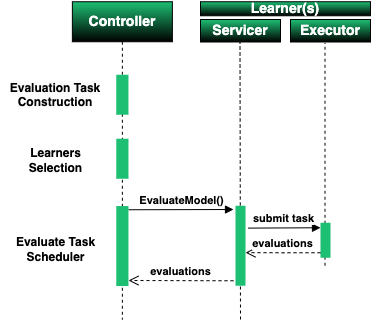
Earlier version of the draw.io export docs/img/MetisFL-Procedures-EvaluationRound.png (bioint/MetisFL). Source tidied: cells renumbered, new cells last; positions are measured from the earlier drawing's top-left corner, leaving out a move shared by most shapes. Its diagram source:
```xml
<mxGraphModel>
  <root>
    <mxCell id="0" />
    <mxCell id="1" parent="0" />
    <mxCell id="2" style="endArrow=none;dashed=1;html=1;strokeWidth=1;rounded=0;" parent="1" edge="1">
      <mxGeometry relative="1" as="geometry">
        <mxPoint x="240" y="318" as="sourcePoint" />
        <mxPoint x="239.5" y="40.5" as="targetPoint" />
      </mxGeometry>
    </mxCell>
    <mxCell id="3" style="endArrow=none;dashed=1;html=1;strokeWidth=1;rounded=0;" parent="1" edge="1">
      <mxGeometry relative="1" as="geometry">
        <mxPoint x="324.5" y="264.2" as="sourcePoint" />
        <mxPoint x="324.5" y="41.6" as="targetPoint" />
      </mxGeometry>
    </mxCell>
    <mxCell id="4" value="Servicer" style="html=1;whiteSpace=wrap;rotation=0;fontSize=14;fillColor=#1DBF73;gradientColor=default;fontColor=#FFFFFF;fontStyle=1;" parent="1" vertex="1">
      <mxGeometry x="200" y="18" width="80" height="22.5" as="geometry" />
    </mxCell>
    <mxCell id="5" style="html=1;points=[];perimeter=orthogonalPerimeter;outlineConnect=0;targetShapes=umlLifeline;portConstraint=eastwest;newEdgeStyle={&quot;edgeStyle&quot;:&quot;elbowEdgeStyle&quot;,&quot;elbow&quot;:&quot;vertical&quot;,&quot;curved&quot;:0,&quot;rounded&quot;:0};fontSize=11;fillColor=#1DBF73;strokeColor=none;" parent="1" vertex="1">
      <mxGeometry x="235" y="204.2" width="10" height="80" as="geometry" />
    </mxCell>
    <mxCell id="6" value="EvaluateModel()" style="html=1;verticalAlign=bottom;endArrow=block;edgeStyle=elbowEdgeStyle;elbow=vertical;curved=0;rounded=0;fontSize=11;entryX=-0.2;entryY=0.038;entryDx=0;entryDy=0;entryPerimeter=0;fontStyle=1;" parent="1" edge="1" target="5">
      <mxGeometry relative="1" as="geometry">
        <mxPoint x="128" y="208.2" as="sourcePoint" />
      </mxGeometry>
    </mxCell>
    <mxCell id="7" value="evaluations" style="html=1;verticalAlign=bottom;endArrow=open;dashed=1;endSize=8;edgeStyle=elbowEdgeStyle;elbow=vertical;curved=0;rounded=0;fontSize=11;fontStyle=1;" parent="1" edge="1">
      <mxGeometry relative="1" as="geometry">
        <mxPoint x="233" y="279.2" as="sourcePoint" />
        <mxPoint x="128" y="279.2" as="targetPoint" />
      </mxGeometry>
    </mxCell>
    <mxCell id="8" value="Learner(s)" style="html=1;whiteSpace=wrap;rotation=0;fontSize=14;fillColor=#1DBF73;gradientColor=default;fontColor=#FFFFFF;fontStyle=1;" parent="1" vertex="1">
      <mxGeometry x="200" y="0.2" width="170" height="14" as="geometry" />
    </mxCell>
    <mxCell id="9" value="Executor" style="html=1;whiteSpace=wrap;rotation=0;fontSize=14;fillColor=#1DBF73;gradientColor=default;fontColor=#FFFFFF;fontStyle=1;" parent="1" vertex="1">
      <mxGeometry x="290" y="18" width="80" height="22.5" as="geometry" />
    </mxCell>
    <mxCell id="10" style="html=1;perimeter=orthogonalPerimeter;targetShapes=umlLifeline;newEdgeStyle={&quot;edgeStyle&quot;:&quot;elbowEdgeStyle&quot;,&quot;elbow&quot;:&quot;vertical&quot;,&quot;curved&quot;:0,&quot;rounded&quot;:0};fillColor=#1DBF73;strokeColor=none;" parent="1" vertex="1">
      <mxGeometry x="320" y="221.2" width="10" height="35" as="geometry" />
    </mxCell>
    <mxCell id="11" value="&lt;b&gt;submit task&lt;/b&gt;" style="html=1;verticalAlign=bottom;endArrow=block;edgeStyle=elbowEdgeStyle;elbow=vertical;curved=0;rounded=0;" parent="1" edge="1">
      <mxGeometry relative="1" as="geometry">
        <mxPoint x="247.5" y="226.6" as="sourcePoint" />
        <mxPoint x="320" y="226.2" as="targetPoint" />
        <Array as="points">
          <mxPoint x="230" y="226.2" />
        </Array>
      </mxGeometry>
    </mxCell>
    <mxCell id="12" value="Controller" style="shape=umlLifeline;perimeter=lifelinePerimeter;whiteSpace=wrap;html=1;newEdgeStyle={&quot;edgeStyle&quot;:&quot;elbowEdgeStyle&quot;,&quot;elbow&quot;:&quot;vertical&quot;,&quot;curved&quot;:0,&quot;rounded&quot;:0};fillColor=#1DBF73;gradientColor=default;fontColor=#FFFFFF;fontStyle=1;fontSize=14;" parent="1" vertex="1">
      <mxGeometry x="71.9" y="0.2" width="100" height="317.8" as="geometry" />
    </mxCell>
    <mxCell id="13" style="html=1;whiteSpace=wrap;fontSize=11;fillColor=#1DBF73;strokeColor=none;" parent="1" vertex="1">
      <mxGeometry x="115.8" y="204.5" width="12.2" height="80" as="geometry" />
    </mxCell>
    <mxCell id="14" value="evaluations" style="html=1;verticalAlign=bottom;endArrow=open;dashed=1;endSize=8;edgeStyle=elbowEdgeStyle;elbow=horizontal;curved=0;rounded=0;fontSize=11;fontStyle=1;" parent="1" edge="1">
      <mxGeometry relative="1" as="geometry">
        <mxPoint x="320" y="251.2" as="sourcePoint" />
        <mxPoint x="245" y="251.1" as="targetPoint" />
      </mxGeometry>
    </mxCell>
    <mxCell id="15" value="&lt;font style=&quot;font-size: 12px;&quot;&gt;Evaluate Task &lt;br&gt;Scheduler&lt;/font&gt;" style="text;html=1;align=center;verticalAlign=middle;strokeColor=none;fillColor=none;rotation=0;fontStyle=1;" parent="1" vertex="1">
      <mxGeometry x="5" y="228.3" width="100" height="40" as="geometry" />
    </mxCell>
    <mxCell id="16" value="&lt;font style=&quot;font-size: 12px;&quot;&gt;Learners&lt;br style=&quot;border-color: var(--border-color); font-size: 12px;&quot;&gt;&lt;font style=&quot;font-size: 12px;&quot;&gt;Selection&lt;/font&gt;&lt;/font&gt;" style="text;html=1;align=center;verticalAlign=middle;strokeColor=none;fillColor=none;rotation=0;fontStyle=1;fontSize=12;" parent="1" vertex="1">
      <mxGeometry x="15" y="139.1" width="80" height="40" as="geometry" />
    </mxCell>
    <mxCell id="17" style="html=1;whiteSpace=wrap;fontSize=11;fillColor=#1DBF73;strokeColor=none;" parent="1" vertex="1">
      <mxGeometry x="115.8" y="137.2" width="12.2" height="40" as="geometry" />
    </mxCell>
    <mxCell id="18" value="&lt;span style=&quot;color: rgb(0, 0, 0); font-family: Helvetica; font-size: 12px; font-style: normal; font-variant-ligatures: normal; font-variant-caps: normal; letter-spacing: normal; orphans: 2; text-indent: 0px; text-transform: none; widows: 2; word-spacing: 0px; -webkit-text-stroke-width: 0px; background-color: rgb(251, 251, 251); text-decoration-thickness: initial; text-decoration-style: initial; text-decoration-color: initial; float: none; display: inline !important;&quot;&gt;Evaluation Task &lt;br style=&quot;font-size: 12px;&quot;&gt;Construction&lt;/span&gt;" style="text;whiteSpace=wrap;html=1;align=center;fontStyle=1;fontSize=12;" parent="1" vertex="1">
      <mxGeometry y="73.2" width="110" height="40" as="geometry" />
    </mxCell>
    <mxCell id="19" style="html=1;whiteSpace=wrap;fontSize=11;fillColor=#1DBF73;strokeColor=none;" parent="1" vertex="1">
      <mxGeometry x="115.8" y="73.2" width="12.2" height="40" as="geometry" />
    </mxCell>
  </root>
</mxGraphModel>
```
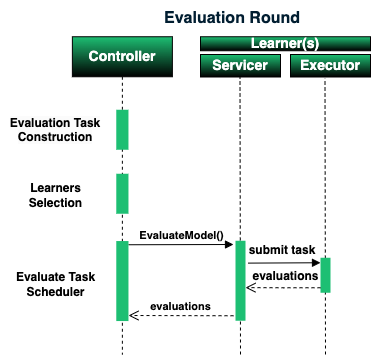
The same diagram one commit later.

What changed in the source:
```diff
@@ -10,7 +10,7 @@
     </mxCell>
     <mxCell id="3" style="endArrow=none;dashed=1;html=1;strokeWidth=1;rounded=0;" parent="1" edge="1">
       <mxGeometry relative="1" as="geometry">
-        <mxPoint x="324.5" y="264.2" as="sourcePoint" />
+        <mxPoint x="325" y="318" as="sourcePoint" />
         <mxPoint x="324.5" y="41.6" as="targetPoint" />
       </mxGeometry>
     </mxCell>
@@ -40,7 +40,7 @@
     <mxCell id="10" style="html=1;perimeter=orthogonalPerimeter;targetShapes=umlLifeline;newEdgeStyle={&quot;edgeStyle&quot;:&quot;elbowEdgeStyle&quot;,&quot;elbow&quot;:&quot;vertical&quot;,&quot;curved&quot;:0,&quot;rounded&quot;:0};fillColor=#1DBF73;strokeColor=none;" parent="1" vertex="1">
       <mxGeometry x="320" y="221.2" width="10" height="35" as="geometry" />
     </mxCell>
-    <mxCell id="11" value="&lt;b&gt;submit task&lt;/b&gt;" style="html=1;verticalAlign=bottom;endArrow=block;edgeStyle=elbowEdgeStyle;elbow=vertical;curved=0;rounded=0;" parent="1" edge="1">
+    <mxCell id="11" style="html=1;verticalAlign=bottom;endArrow=block;edgeStyle=elbowEdgeStyle;elbow=vertical;curved=0;rounded=0;" parent="1" edge="1">
       <mxGeometry relative="1" as="geometry">
         <mxPoint x="247.5" y="226.6" as="sourcePoint" />
         <mxPoint x="320" y="226.2" as="targetPoint" />
@@ -55,7 +55,7 @@
     <mxCell id="13" style="html=1;whiteSpace=wrap;fontSize=11;fillColor=#1DBF73;strokeColor=none;" parent="1" vertex="1">
       <mxGeometry x="115.8" y="204.5" width="12.2" height="80" as="geometry" />
     </mxCell>
-    <mxCell id="14" value="evaluations" style="html=1;verticalAlign=bottom;endArrow=open;dashed=1;endSize=8;edgeStyle=elbowEdgeStyle;elbow=horizontal;curved=0;rounded=0;fontSize=11;fontStyle=1;" parent="1" edge="1">
+    <mxCell id="14" style="html=1;verticalAlign=bottom;endArrow=open;dashed=1;endSize=8;edgeStyle=elbowEdgeStyle;elbow=horizontal;curved=0;rounded=0;fontSize=11;fontStyle=1;" parent="1" edge="1">
       <mxGeometry relative="1" as="geometry">
         <mxPoint x="320" y="251.2" as="sourcePoint" />
         <mxPoint x="245" y="251.1" as="targetPoint" />
@@ -76,5 +76,14 @@
     <mxCell id="19" style="html=1;whiteSpace=wrap;fontSize=11;fillColor=#1DBF73;strokeColor=none;" parent="1" vertex="1">
       <mxGeometry x="115.8" y="73.2" width="12.2" height="40" as="geometry" />
     </mxCell>
+    <mxCell id="20" value="&lt;font color=&quot;#011e31&quot;&gt;Evaluation Round&lt;/font&gt;" style="html=1;whiteSpace=wrap;rotation=0;fontStyle=1;fontSize=16;fillColor=none;fontColor=#1DBF73;strokeColor=none;" parent="1" vertex="1">
+      <mxGeometry x="71.9" y="-36.5" width="320" height="36.2" as="geometry" />
+    </mxCell>
+    <mxCell id="21" value="evaluations" style="text;html=1;align=center;verticalAlign=middle;strokeColor=none;fillColor=none;fontStyle=1;" parent="1" vertex="1">
+      <mxGeometry x="240" y="224.8" width="90" height="30" as="geometry" />
+    </mxCell>
+    <mxCell id="22" value="&lt;b style=&quot;border-color: var(--border-color); color: rgb(0, 0, 0); font-family: Helvetica; font-style: normal; font-variant-ligatures: normal; font-variant-caps: normal; letter-spacing: normal; orphans: 2; text-indent: 0px; text-transform: none; widows: 2; word-spacing: 0px; -webkit-text-stroke-width: 0px; text-decoration-thickness: initial; text-decoration-style: initial; text-decoration-color: initial;&quot;&gt;&lt;font style=&quot;font-size: 12px;&quot;&gt;submit task&lt;/font&gt;&lt;/b&gt;" style="text;whiteSpace=wrap;html=1;align=center;" parent="1" vertex="1">
+      <mxGeometry x="237" y="200.1" width="90" height="40" as="geometry" />
+    </mxCell>
   </root>
 </mxGraphModel>
```
